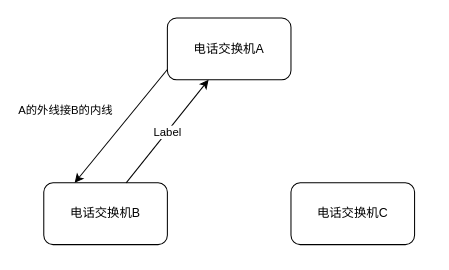
This is Pictures/未命名绘图.drawio from jiaong/image, a draw.io file, before an edit. Source tidied: cells renumbered, new cells numbered last; positions are measured from the earlier drawing's top-left corner, leaving out a move shared by most shapes. Both pictures are drawn from the tidied source at 103%, with x=0, y=0 at pixel (43, 18).
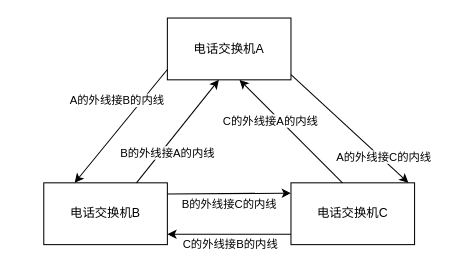
The same page after the edit.

Commit message (it also covers changes not shown here):
更新未命名绘图.drawio

Unchanged cells that the change refers to:
```xml
<mxCell id="5" style="endArrow=classic;html=1;entryX=0.25;entryY=0;entryDx=0;entryDy=0;" parent="1" edge="1" target="2">
  <mxGeometry relative="1" as="geometry">
    <mxPoint x="120" y="50" as="sourcePoint" />
  </mxGeometry>
</mxCell>
```

The edit, as a diff of the source:
```diff
@@
-    <mxCell id="2" value="电话交换机B" style="rounded=1;whiteSpace=wrap;html=1;" parent="1" vertex="1">
+    <mxCell id="2" value="电话交换机B" style="whiteSpace=wrap;html=1;" parent="1" vertex="1">
       <mxGeometry y="160" width="120" height="60" as="geometry" />
     </mxCell>
-    <mxCell id="3" value="电话交换机A" style="rounded=1;whiteSpace=wrap;html=1;" parent="1" vertex="1">
+    <mxCell id="3" value="电话交换机A" style="whiteSpace=wrap;html=1;" parent="1" vertex="1">
       <mxGeometry x="120" width="120" height="60" as="geometry" />
     </mxCell>
-    <mxCell id="4" value="电话交换机C" style="rounded=1;whiteSpace=wrap;html=1;" parent="1" vertex="1">
+    <mxCell id="4" value="电话交换机C" style="whiteSpace=wrap;html=1;" parent="1" vertex="1">
       <mxGeometry x="240" y="160" width="120" height="60" as="geometry" />
     </mxCell>
@@
-    <mxCell id="6" value="A的外线接B的内线" style="edgeLabel;html=1;align=center;verticalAlign=middle;rotation=0;" parent="5" vertex="1">
+    <mxCell id="6" value="A的外线接B的内线" style="edgeLabel;html=1;align=center;verticalAlign=middle;rotation=0;fontStyle=0;" parent="5" vertex="1">
       <mxGeometry relative="1" as="geometry">
-        <mxPoint x="-55" y="-15" as="offset" />
+        <mxPoint x="-5" y="-25" as="offset" />
       </mxGeometry>
     </mxCell>
     <mxCell id="7" style="endArrow=classic;html=1;" parent="1" edge="1">
       <mxGeometry relative="1" as="geometry">
-        <mxPoint x="80" y="160" as="sourcePoint" />
-        <mxPoint x="160" y="60" as="targetPoint" />
+        <mxPoint x="90" y="160" as="sourcePoint" />
+        <mxPoint x="170" y="60" as="targetPoint" />
       </mxGeometry>
     </mxCell>
-    <mxCell id="8" value="Label" style="edgeLabel;html=1;align=center;verticalAlign=middle;" parent="7" vertex="1">
-      <mxGeometry relative="1" as="geometry" />
+    <mxCell id="8" value="B的外线接A的内线" style="edgeLabel;html=1;align=center;verticalAlign=middle;" parent="7" vertex="1">
+      <mxGeometry relative="1" as="geometry">
+        <mxPoint x="-10" y="20" as="offset" />
+      </mxGeometry>
     </mxCell>
+    <mxCell id="9" style="endArrow=classic;html=1;" parent="1" edge="1">
+      <mxGeometry relative="1" as="geometry">
+        <mxPoint x="240" y="55" as="sourcePoint" />
+        <mxPoint x="354" y="160" as="targetPoint" />
+      </mxGeometry>
+    </mxCell>
+    <mxCell id="10" value="A的外线接C的内线" style="edgeLabel;html=1;align=center;verticalAlign=middle;" parent="9" vertex="1">
+      <mxGeometry relative="1" as="geometry">
+        <mxPoint x="33" y="27" as="offset" />
+      </mxGeometry>
+    </mxCell>
+    <mxCell id="11" style="endArrow=classic;html=1;" parent="1" edge="1">
+      <mxGeometry relative="1" as="geometry">
+        <mxPoint x="290" y="160" as="sourcePoint" />
+        <mxPoint x="190" y="60" as="targetPoint" />
+      </mxGeometry>
+    </mxCell>
+    <mxCell id="12" value="C的外线接A的内线" style="edgeLabel;html=1;align=center;verticalAlign=middle;" parent="11" vertex="1">
+      <mxGeometry relative="1" as="geometry">
+        <mxPoint x="-20" y="-10" as="offset" />
+      </mxGeometry>
+    </mxCell>
+    <mxCell id="13" style="endArrow=classic;html=1;exitX=0.999;exitY=0.181;exitDx=0;exitDy=0;exitPerimeter=0;" parent="1" edge="1" source="2">
+      <mxGeometry relative="1" as="geometry">
+        <mxPoint x="240" y="170" as="targetPoint" />
+      </mxGeometry>
+    </mxCell>
+    <mxCell id="14" value="B的外线接C的内线" style="edgeLabel;html=1;align=center;verticalAlign=middle;" parent="13" vertex="1">
+      <mxGeometry relative="1" as="geometry">
+        <mxPoint y="10" as="offset" />
+      </mxGeometry>
+    </mxCell>
+    <mxCell id="15" style="endArrow=classic;html=1;entryX=1;entryY=0.833;entryDx=0;entryDy=0;entryPerimeter=0;" parent="1" edge="1" target="2">
+      <mxGeometry relative="1" as="geometry">
+        <mxPoint x="240" y="210" as="sourcePoint" />
+      </mxGeometry>
+    </mxCell>
+    <mxCell id="16" value="C的外线接B的内线" style="edgeLabel;html=1;align=center;verticalAlign=middle;" parent="15" vertex="1">
+      <mxGeometry relative="1" as="geometry">
+        <mxPoint y="10" as="offset" />
+      </mxGeometry>
+    </mxCell>
```
